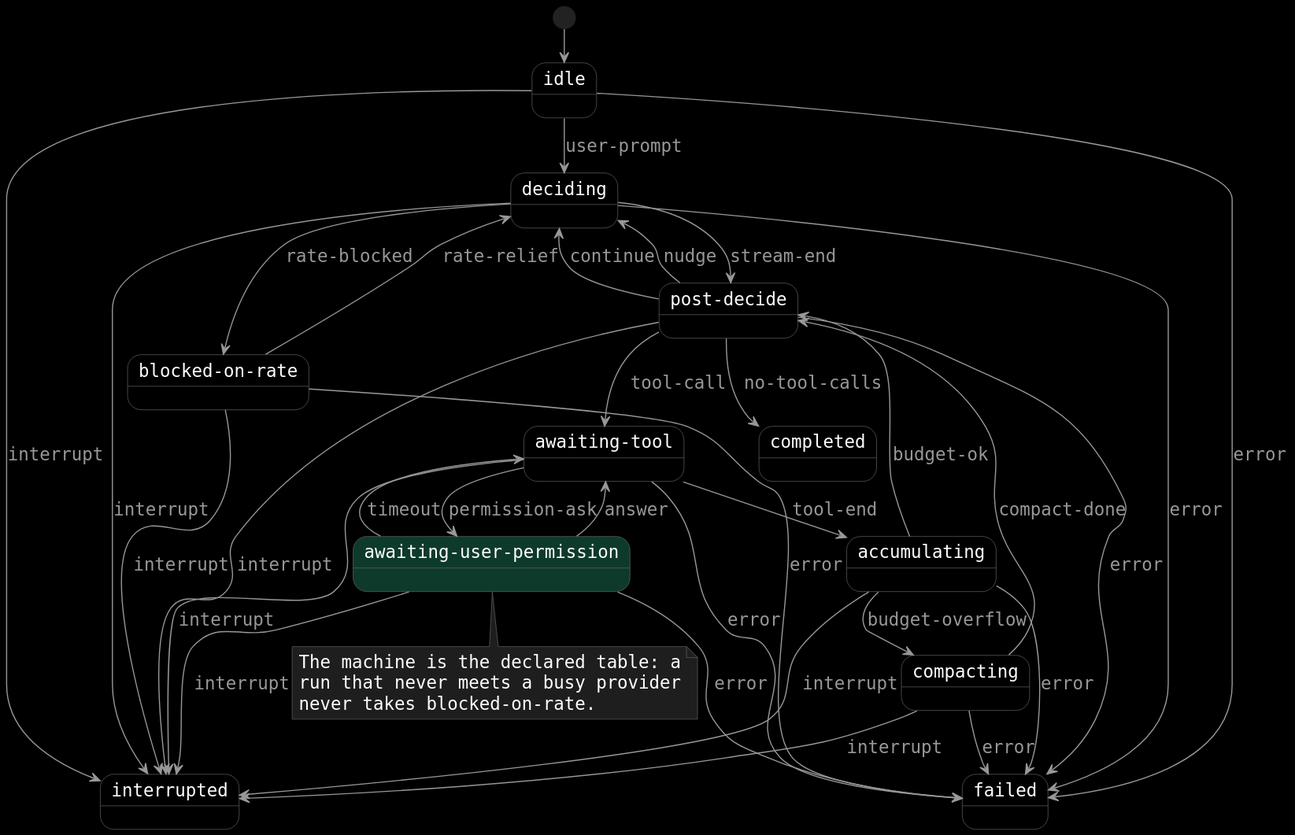
Earlier version of the PlantUML export site/assets/diagrams/state-machine-dark.svg (11111000000/yeah).
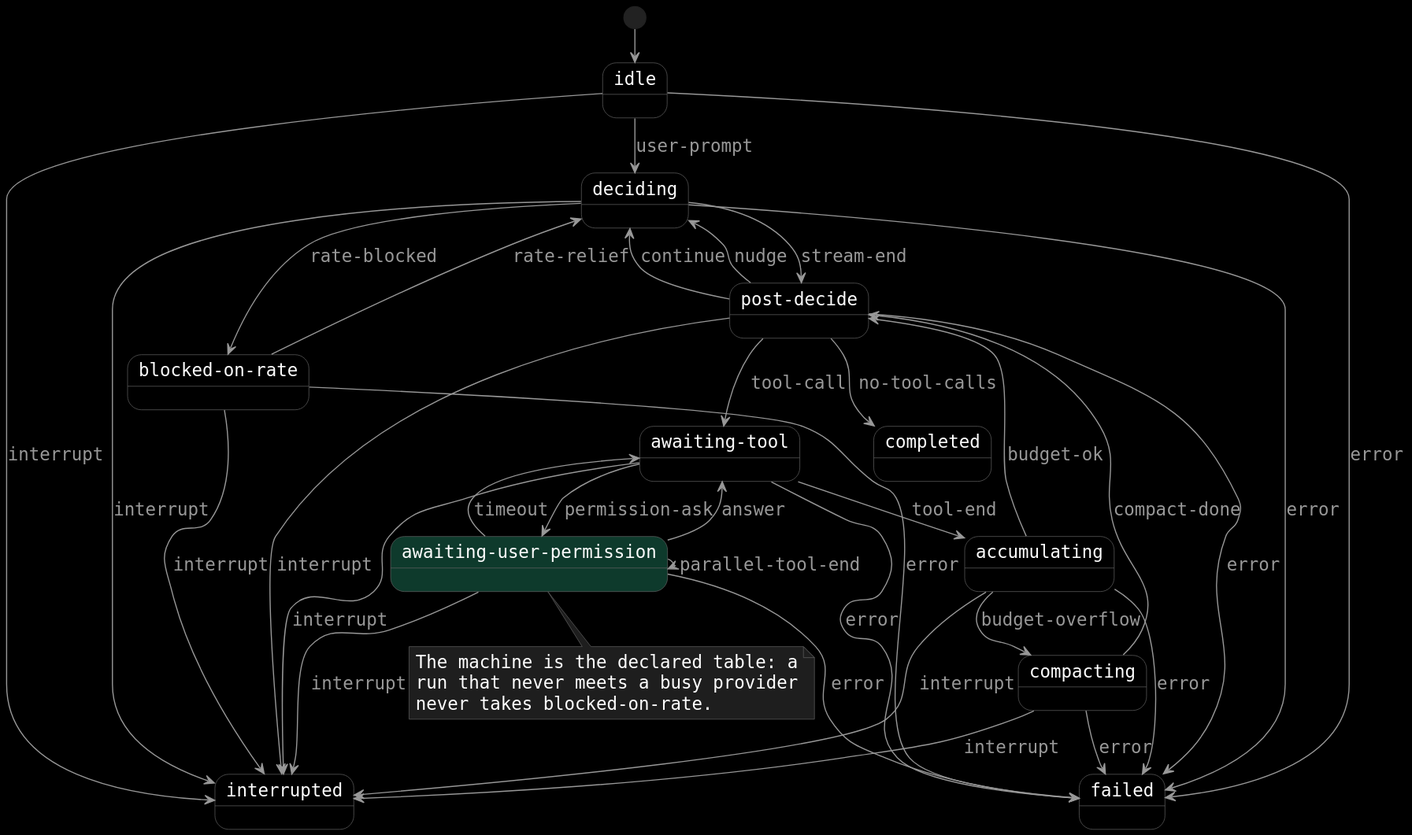
After the change.

Commit message:
fix(turn): keep waiting while a parallel tool settles

The edit, as a diff of the source:
```diff
@@ -51,6 +51,7 @@
 compacting --> post_decide : compact-done
 awaiting_tool --> awaiting_user_permission : permission-ask
 awaiting_user_permission --> awaiting_tool : answer
+awaiting_user_permission --> awaiting_user_permission : parallel-tool-end
 awaiting_user_permission --> awaiting_tool : timeout
 deciding --> blocked_on_rate : rate-blocked
 blocked_on_rate --> deciding : rate-relief
```
